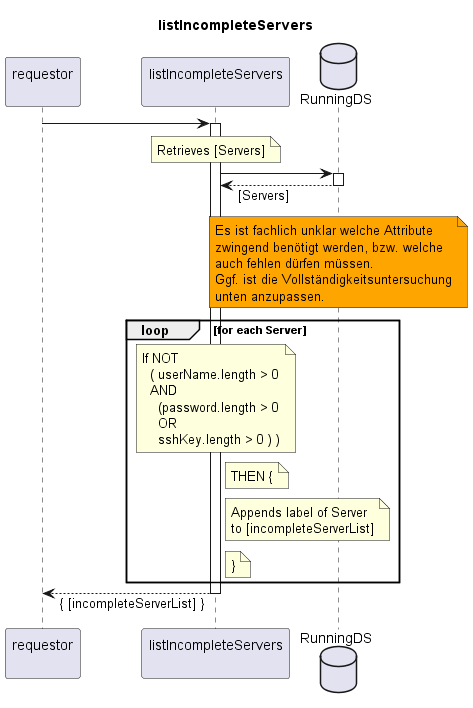
Before: spec/Services/listIncompleteServers/1.0.0/listIncompleteServers.png, a diagram exported from PlantUML (openBackhaul/FirmWareManager).
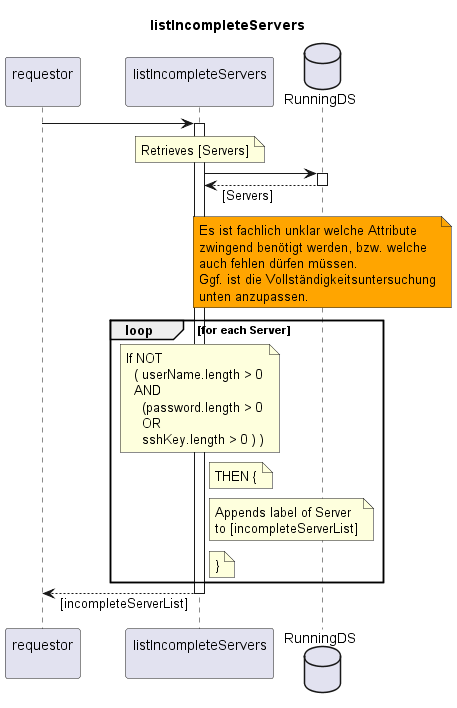
The same file after the commit.

Diff of the diagram source:
```diff
@@ -49,7 +49,7 @@
     end note
   end loop
 
-requestor <-- indServ: { [incompleteServerList] }
+requestor <-- indServ: [incompleteServerList]
 deactivate indServ
 
 @enduml
```
